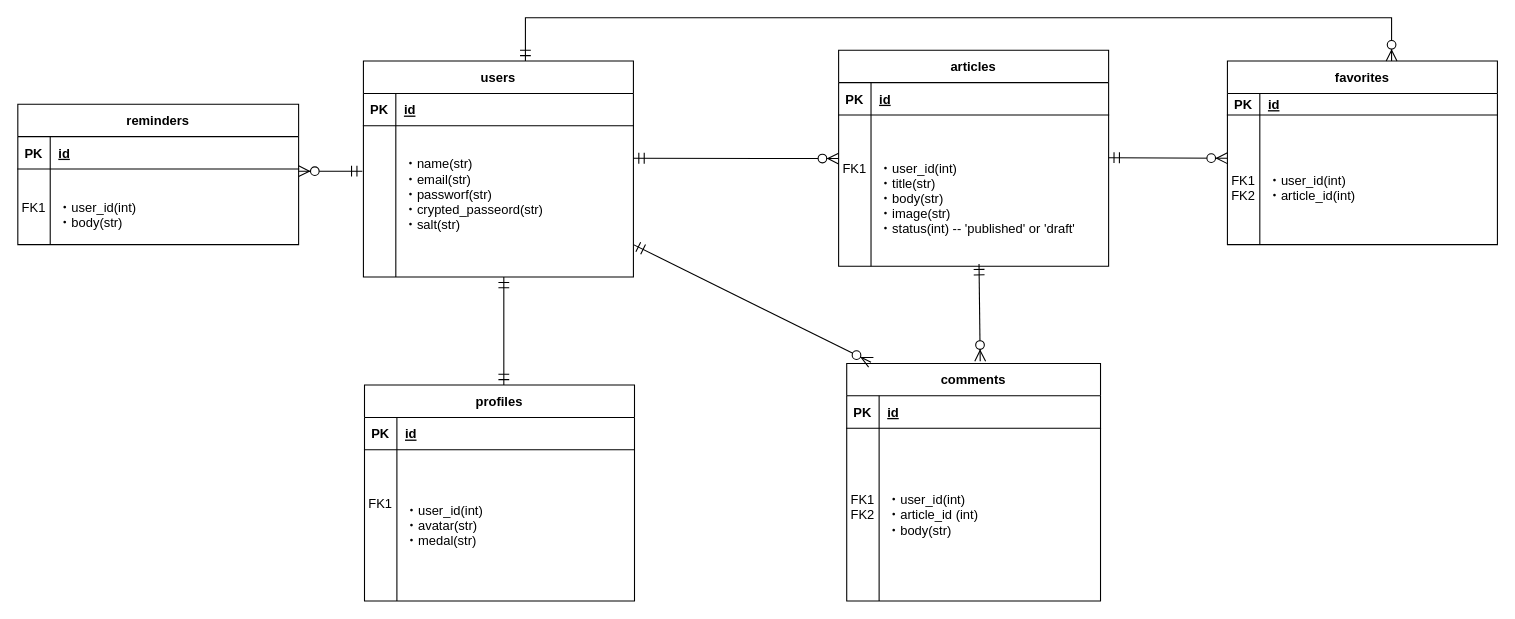
Earlier version of the draw.io diagram 名称未設定ファイル.drawio (s17w09/Entity-Relationship-Diagram). Source tidied: cells renumbered, new cells numbered last; positions are measured from the earlier drawing's top-left corner, leaving out a move shared by most shapes. Both pictures are drawn from the tidied source at 108%, with x=0, y=0 at pixel (17, 17).
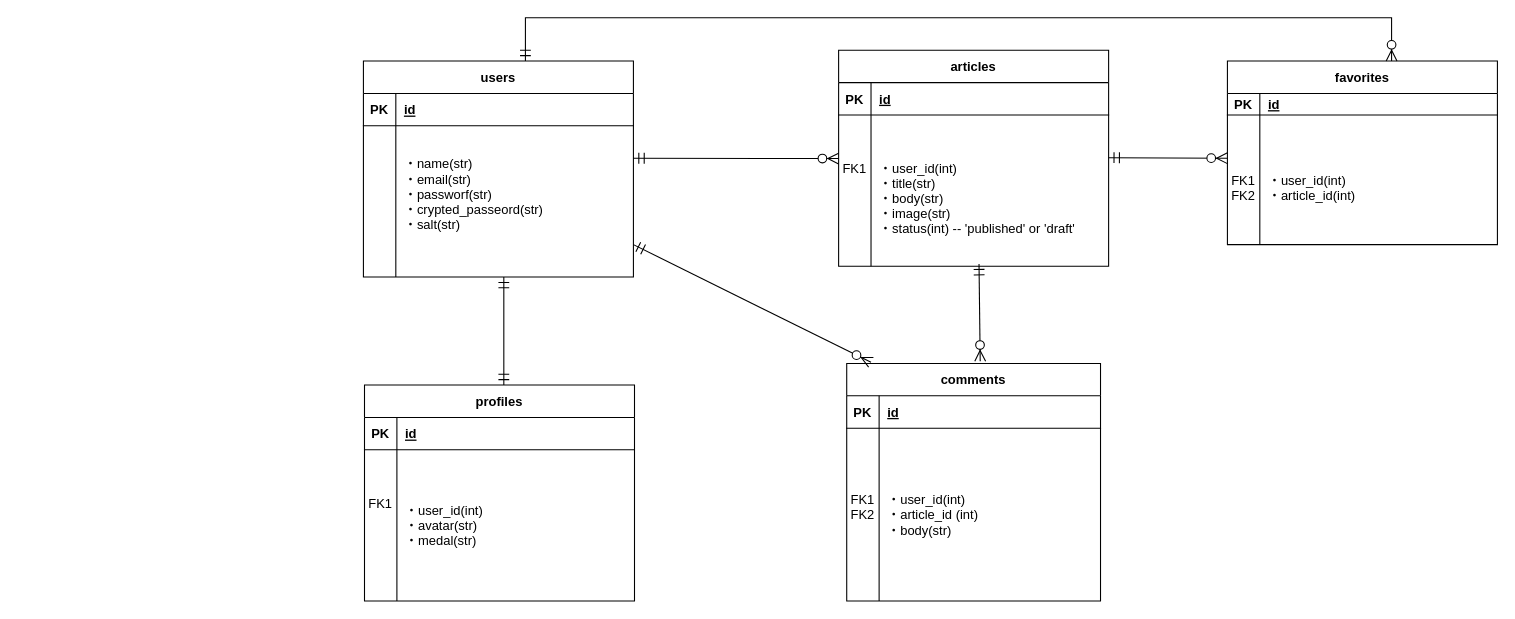
The same diagram, later.

Commit message:
名称未設定ファイル.drawio を更新します

The edit, as a diff of the source:
```diff
@@
-    <mxCell id="23" value="reminders" style="shape=table;startSize=30;childLayout=tableLayout;rowLines=0;fontStyle=1;align=center;" parent="1" vertex="1">
-      <mxGeometry y="80" width="260" height="130" as="geometry" />
-    </mxCell>
-    <mxCell id="24" style="shape=partialRectangle;fillColor=none;top=0;left=0;right=0;bottom=1;" parent="23" vertex="1">
-      <mxGeometry y="30" width="260" height="30" as="geometry" />
-    </mxCell>
-    <mxCell id="25" value="PK" style="shape=partialRectangle;overflow=hidden;fillColor=none;top=0;left=0;bottom=0;right=0;fontStyle=1;" parent="24" vertex="1">
-      <mxGeometry width="30" height="30" as="geometry" />
-    </mxCell>
-    <mxCell id="26" value="id" style="shape=partialRectangle;overflow=hidden;fillColor=none;top=0;left=0;bottom=0;right=0;align=left;spacingLeft=6;fontStyle=5;" parent="24" vertex="1">
-      <mxGeometry x="30" width="230" height="30" as="geometry" />
-    </mxCell>
-    <mxCell id="27" style="shape=partialRectangle;fillColor=none;top=0;left=0;right=0;bottom=0;" parent="23" vertex="1">
-      <mxGeometry y="60" width="260" height="70" as="geometry" />
-    </mxCell>
-    <mxCell id="28" value="&#10;FK1&#10;" style="shape=partialRectangle;overflow=hidden;fillColor=none;top=0;left=0;bottom=0;right=0;" parent="27" vertex="1">
-      <mxGeometry width="30" height="70" as="geometry" />
-    </mxCell>
-    <mxCell id="29" value="&#10;・user_id(int)&#10;・body(str)" style="shape=partialRectangle;overflow=hidden;fillColor=none;top=0;left=0;bottom=0;right=0;align=left;spacingLeft=6;" parent="27" vertex="1">
-      <mxGeometry x="30" width="230" height="70" as="geometry" />
-    </mxCell>
@@
-    <mxCell id="38" style="fontSize=12;html=1;endArrow=ERzeroToMany;startArrow=ERmandOne;rounded=0;startSize=8;endSize=8;elbow=vertical;startFill=0;" parent="1" edge="1">
-      <mxGeometry relative="1" as="geometry">
-        <mxPoint x="319" y="142" as="sourcePoint" />
-        <mxPoint x="260" y="142" as="targetPoint" />
-      </mxGeometry>
-    </mxCell>
```
